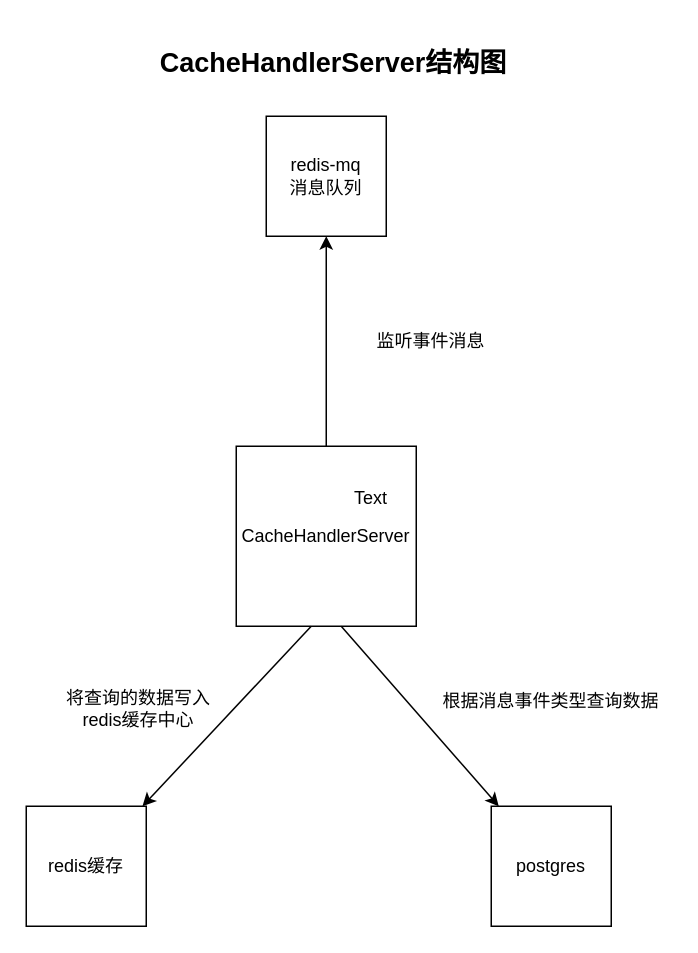
This is cachehandlerserver.drawio from DeanYang121/typora_images, a draw.io file, before an edit. Source tidied: cells renumbered, new cells numbered last; positions are measured from the earlier drawing's top-left corner, leaving out a move shared by most shapes. Both pictures are drawn from the tidied source at 150%, with x=0, y=0 at pixel (26, 26).
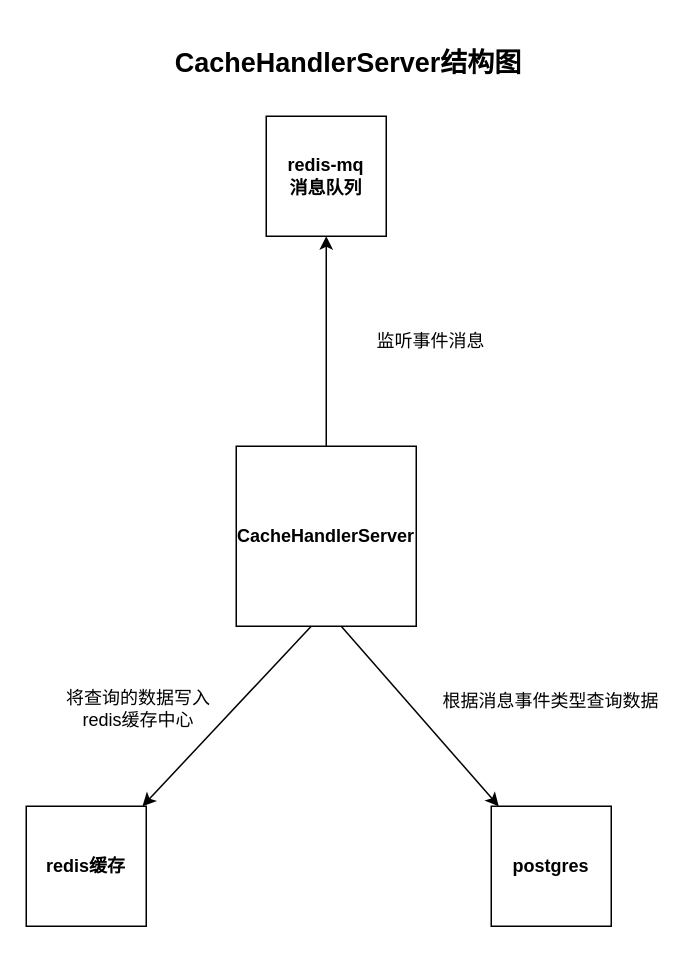
After the change.

Diff of the diagram source:
```diff
@@
 <mxGraphModel>
   <root>
     <mxCell id="0" />
     <mxCell id="1" parent="0" />
-    <mxCell id="2" value="redis缓存" style="whiteSpace=wrap;html=1;" parent="1" vertex="1">
+    <mxCell id="2" value="&lt;b&gt;redis缓存&lt;/b&gt;" style="whiteSpace=wrap;html=1;" parent="1" vertex="1">
       <mxGeometry y="520" width="80" height="80" as="geometry" />
     </mxCell>
-    <mxCell id="3" value="postgres" style="whiteSpace=wrap;html=1;" parent="1" vertex="1">
+    <mxCell id="3" value="&lt;b&gt;postgres&lt;/b&gt;" style="whiteSpace=wrap;html=1;" parent="1" vertex="1">
       <mxGeometry x="310" y="520" width="80" height="80" as="geometry" />
     </mxCell>
-    <mxCell id="4" value="redis-mq&lt;br&gt;消息队列" style="whiteSpace=wrap;html=1;" parent="1" vertex="1">
+    <mxCell id="4" value="&lt;b&gt;redis-mq&lt;br&gt;消息队列&lt;/b&gt;" style="whiteSpace=wrap;html=1;" parent="1" vertex="1">
       <mxGeometry x="160" y="60" width="80" height="80" as="geometry" />
     </mxCell>
-    <mxCell id="5" value="CacheHandlerServer" style="whiteSpace=wrap;html=1;" parent="1" vertex="1">
+    <mxCell id="5" value="&lt;b&gt;CacheHandlerServer&lt;/b&gt;" style="whiteSpace=wrap;html=1;" parent="1" vertex="1">
       <mxGeometry x="140" y="280" width="120" height="120" as="geometry" />
     </mxCell>
     <mxCell id="6" style="endArrow=classic;html=1;rounded=0;exitX=0.5;exitY=0;exitDx=0;exitDy=0;exitPerimeter=0;" parent="1" edge="1" source="5" target="4">
       <mxGeometry relative="1" as="geometry" />
     </mxCell>
     <mxCell id="7" value="监听事件消息" style="text;html=1;strokeColor=none;fillColor=none;align=center;verticalAlign=middle;whiteSpace=wrap;rounded=0;" parent="1" vertex="1">
       <mxGeometry x="200" y="190" width="140" height="40" as="geometry" />
     </mxCell>
     <mxCell id="8" style="endArrow=classic;html=1;rounded=0;" parent="1" edge="1" target="3">
       <mxGeometry relative="1" as="geometry">
         <mxPoint x="210" y="400" as="sourcePoint" />
       </mxGeometry>
     </mxCell>
     <mxCell id="9" value="根据消息事件类型查询数据" style="text;html=1;strokeColor=none;fillColor=none;align=center;verticalAlign=middle;whiteSpace=wrap;rounded=0;" parent="1" vertex="1">
       <mxGeometry x="270" y="430" width="160" height="40" as="geometry" />
     </mxCell>
     <mxCell id="10" style="endArrow=classic;html=1;rounded=0;" parent="1" edge="1" target="2">
       <mxGeometry relative="1" as="geometry">
         <mxPoint x="190" y="400" as="sourcePoint" />
       </mxGeometry>
     </mxCell>
     <mxCell id="11" value="将查询的数据写入redis缓存中心" style="text;html=1;strokeColor=none;fillColor=none;align=center;verticalAlign=middle;whiteSpace=wrap;rounded=0;" parent="1" vertex="1">
       <mxGeometry x="20" y="440" width="110" height="30" as="geometry" />
     </mxCell>
-    <mxCell id="12" value="Text" style="text;html=1;strokeColor=none;fillColor=none;align=center;verticalAlign=middle;whiteSpace=wrap;rounded=0;" parent="1" vertex="1">
-      <mxGeometry x="200" y="300" width="60" height="30" as="geometry" />
-    </mxCell>
     <mxCell id="13" value="&lt;b&gt;&lt;font style=&quot;font-size: 18px;&quot;&gt;CacheHandlerServer结构图&lt;/font&gt;&lt;/b&gt;" style="text;html=1;strokeColor=none;fillColor=none;align=center;verticalAlign=middle;whiteSpace=wrap;rounded=0;" parent="1" vertex="1">
-      <mxGeometry x="70" width="270" height="50" as="geometry" />
+      <mxGeometry x="80" width="270" height="50" as="geometry" />
     </mxCell>
   </root>
 </mxGraphModel>
```
